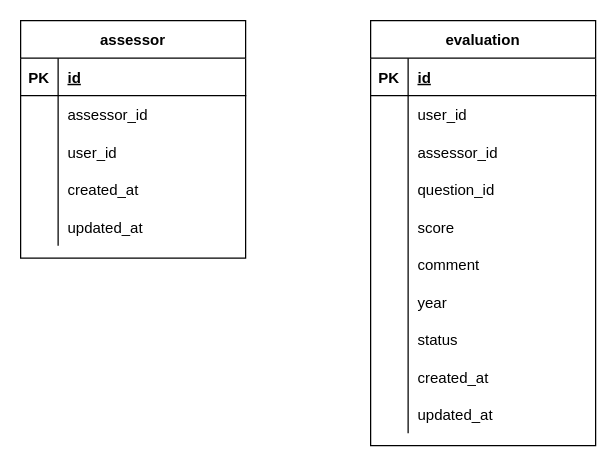
Before: page "Evaluation" (3 of 3) of Eva.drawio in gumpon/evatest, a draw.io diagram. Source tidied: cells renumbered, new cells numbered last; positions are measured from the earlier drawing's top-left corner, leaving out a move shared by most shapes. Both pictures are drawn from the tidied source at 125%, with x=0, y=0 at pixel (20, 20).
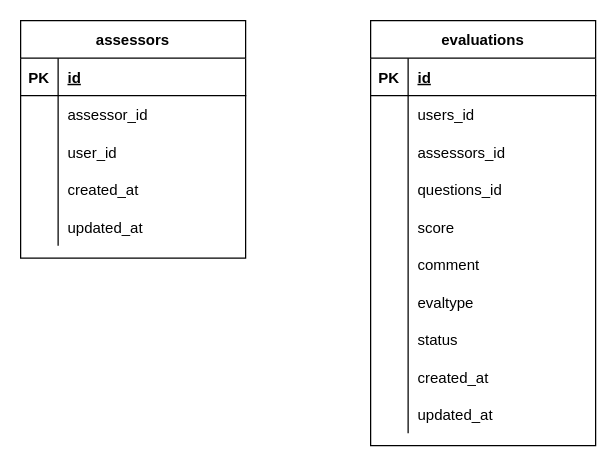
After the change.

The change refers to these unchanged cells:
```xml
<mxCell id="22" style="shape=partialRectangle;fillColor=none;top=0;left=0;bottom=0;right=0;" parent="18" vertex="1">
  <mxGeometry y="60" width="180" height="30" as="geometry" />
</mxCell>
<mxCell id="25" style="shape=partialRectangle;fillColor=none;top=0;left=0;bottom=0;right=0;" parent="18" vertex="1">
  <mxGeometry y="90" width="180" height="30" as="geometry" />
</mxCell>
<mxCell id="28" style="shape=partialRectangle;fillColor=none;top=0;left=0;bottom=0;right=0;" parent="18" vertex="1">
  <mxGeometry y="120" width="180" height="30" as="geometry" />
</mxCell>
<mxCell id="37" style="shape=partialRectangle;fillColor=none;top=0;left=0;bottom=0;right=0;" parent="18" vertex="1">
  <mxGeometry y="210" width="180" height="30" as="geometry" />
</mxCell>
```

Change to the diagram source:
```diff
@@
-    <mxCell id="2" value="assessor" style="shape=table;startSize=30;childLayout=tableLayout;rowLines=0;fontStyle=1;align=center;" parent="1" vertex="1">
+    <mxCell id="2" value="assessors" style="shape=table;startSize=30;childLayout=tableLayout;rowLines=0;fontStyle=1;align=center;" parent="1" vertex="1">
       <mxGeometry width="180" height="190" as="geometry" />
     </mxCell>
@@
-    <mxCell id="18" value="evaluation" style="shape=table;startSize=30;childLayout=tableLayout;rowLines=0;fontStyle=1;align=center;" parent="1" vertex="1">
+    <mxCell id="18" value="evaluations" style="shape=table;startSize=30;childLayout=tableLayout;rowLines=0;fontStyle=1;align=center;" parent="1" vertex="1">
       <mxGeometry x="280" width="180" height="340" as="geometry" />
     </mxCell>
@@
-    <mxCell id="24" value="user_id" style="shape=partialRectangle;fillColor=none;top=0;left=0;bottom=0;right=0;align=left;spacingLeft=6;overflow=hidden;" parent="22" vertex="1">
+    <mxCell id="24" value="users_id" style="shape=partialRectangle;fillColor=none;top=0;left=0;bottom=0;right=0;align=left;spacingLeft=6;overflow=hidden;" parent="22" vertex="1">
       <mxGeometry x="30" width="150" height="30" as="geometry" />
     </mxCell>
@@
-    <mxCell id="27" value="assessor_id" style="shape=partialRectangle;fillColor=none;top=0;left=0;bottom=0;right=0;align=left;spacingLeft=6;overflow=hidden;" parent="25" vertex="1">
+    <mxCell id="27" value="assessors_id" style="shape=partialRectangle;fillColor=none;top=0;left=0;bottom=0;right=0;align=left;spacingLeft=6;overflow=hidden;" parent="25" vertex="1">
       <mxGeometry x="30" width="150" height="30" as="geometry" />
     </mxCell>
@@
-    <mxCell id="30" value="question_id" style="shape=partialRectangle;fillColor=none;top=0;left=0;bottom=0;right=0;align=left;spacingLeft=6;overflow=hidden;" parent="28" vertex="1">
+    <mxCell id="30" value="questions_id" style="shape=partialRectangle;fillColor=none;top=0;left=0;bottom=0;right=0;align=left;spacingLeft=6;overflow=hidden;" parent="28" vertex="1">
       <mxGeometry x="30" width="150" height="30" as="geometry" />
     </mxCell>
@@
-    <mxCell id="39" value="year" style="shape=partialRectangle;fillColor=none;top=0;left=0;bottom=0;right=0;align=left;spacingLeft=6;overflow=hidden;" parent="37" vertex="1">
+    <mxCell id="39" value="evaltype" style="shape=partialRectangle;fillColor=none;top=0;left=0;bottom=0;right=0;align=left;spacingLeft=6;overflow=hidden;" parent="37" vertex="1">
       <mxGeometry x="30" width="150" height="30" as="geometry" />
     </mxCell>
```
